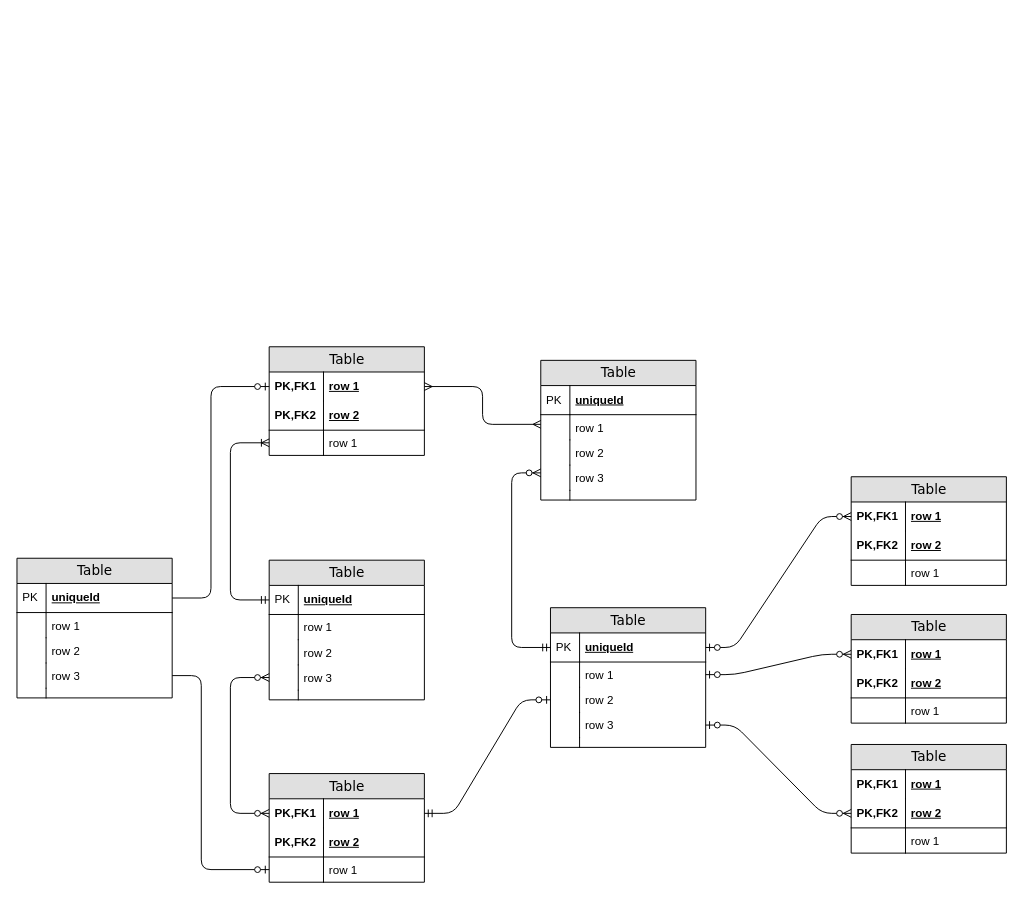
Before: docs/database/inventory.drawio in mancinelli/xFormz, a draw.io diagram. Source tidied: cells renumbered, new cells numbered last; positions are measured from the earlier drawing's top-left corner, leaving out a move shared by most shapes. Both pictures are drawn from the tidied source at 97%, with x=0, y=0 at pixel (16, 346).
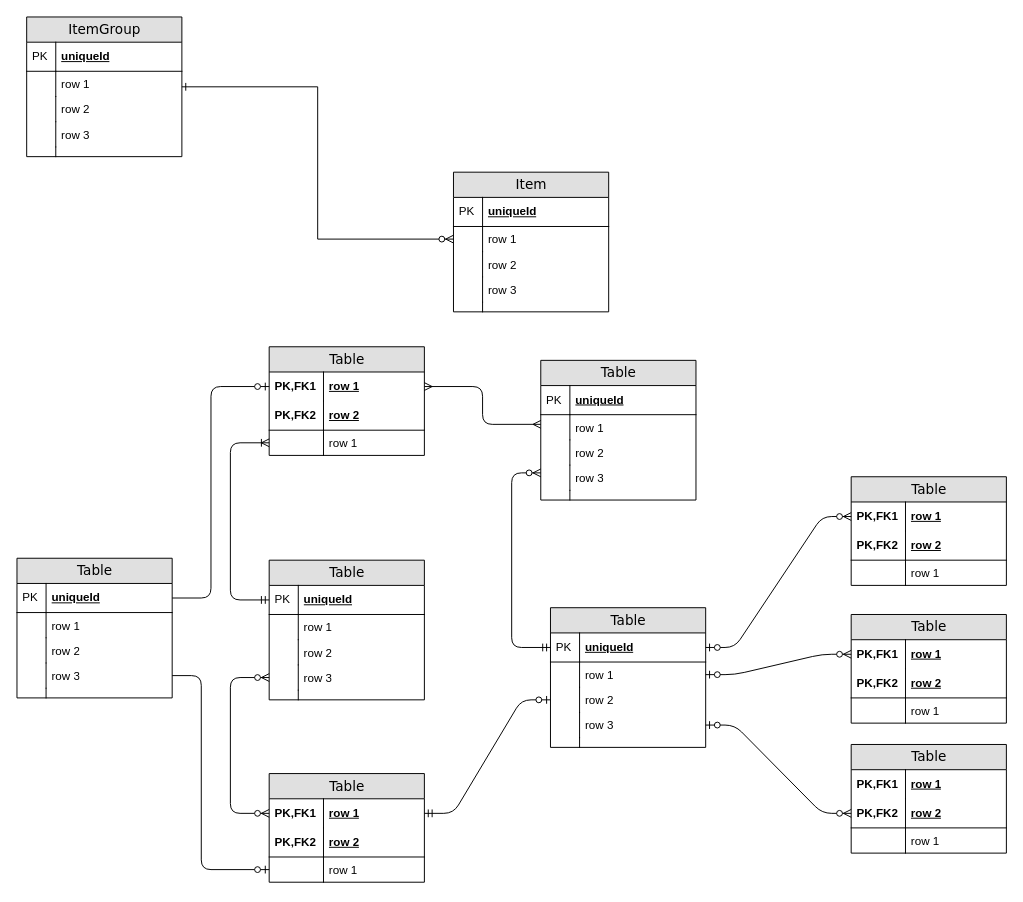
After the change.

Diff of the diagram source:
```diff
@@
+    <mxCell id="91" value="Item" style="swimlane;html=1;fontStyle=0;horizontal=1;startSize=26;fillColor=#e0e0e0;swimlaneFillColor=#ffffff;align=center;rounded=0;shadow=0;comic=0;labelBackgroundColor=none;strokeWidth=1;fontFamily=Verdana;fontSize=14;swimlaneLine=1;" parent="1" vertex="1">
+      <mxGeometry x="450" y="-180" width="160" height="144" as="geometry" />
+    </mxCell>
+    <mxCell id="92" value="uniqueId" style="shape=partialRectangle;top=0;left=0;right=0;bottom=1;html=1;align=left;verticalAlign=middle;fillColor=none;spacingLeft=34;spacingRight=4;whiteSpace=wrap;overflow=hidden;fontStyle=5;" parent="91" vertex="1">
+      <mxGeometry y="26" width="160" height="30" as="geometry" />
+    </mxCell>
+    <mxCell id="93" value="PK" style="shape=partialRectangle;top=0;left=0;bottom=0;html=1;fillColor=none;align=left;verticalAlign=middle;spacingLeft=4;spacingRight=4;whiteSpace=wrap;overflow=hidden;" parent="92" vertex="1">
+      <mxGeometry width="30" height="30" as="geometry" />
+    </mxCell>
+    <mxCell id="94" value="row 1" style="shape=partialRectangle;top=0;left=0;right=0;bottom=0;html=1;align=left;verticalAlign=top;fillColor=none;spacingLeft=34;spacingRight=4;whiteSpace=wrap;overflow=hidden;points=[[0,0.5],[1,0.5]];portConstraint=eastwest;" parent="91" vertex="1">
+      <mxGeometry y="56" width="160" height="26" as="geometry" />
+    </mxCell>
+    <mxCell id="95" style="shape=partialRectangle;top=0;left=0;bottom=0;html=1;fillColor=none;align=left;verticalAlign=top;spacingLeft=4;spacingRight=4;whiteSpace=wrap;overflow=hidden;" parent="94" vertex="1">
+      <mxGeometry width="30" height="26" as="geometry" />
+    </mxCell>
+    <mxCell id="96" value="row 2" style="shape=partialRectangle;top=0;left=0;right=0;bottom=0;html=1;align=left;verticalAlign=top;fillColor=none;spacingLeft=34;spacingRight=4;whiteSpace=wrap;overflow=hidden;" parent="91" vertex="1">
+      <mxGeometry y="82" width="160" height="26" as="geometry" />
+    </mxCell>
+    <mxCell id="97" style="shape=partialRectangle;top=0;left=0;bottom=0;html=1;fillColor=none;align=left;verticalAlign=top;spacingLeft=4;spacingRight=4;whiteSpace=wrap;overflow=hidden;" parent="96" vertex="1">
+      <mxGeometry width="30" height="26" as="geometry" />
+    </mxCell>
+    <mxCell id="98" value="row 3" style="shape=partialRectangle;top=0;left=0;right=0;bottom=0;html=1;align=left;verticalAlign=top;fillColor=none;spacingLeft=34;spacingRight=4;whiteSpace=wrap;overflow=hidden;" parent="91" vertex="1">
+      <mxGeometry y="108" width="160" height="26" as="geometry" />
+    </mxCell>
+    <mxCell id="99" style="shape=partialRectangle;top=0;left=0;bottom=0;html=1;fillColor=none;align=left;verticalAlign=top;spacingLeft=4;spacingRight=4;whiteSpace=wrap;overflow=hidden;" parent="98" vertex="1">
+      <mxGeometry width="30" height="26" as="geometry" />
+    </mxCell>
+    <mxCell id="100" style="shape=partialRectangle;top=0;left=0;right=0;bottom=0;html=1;align=left;verticalAlign=top;fillColor=none;spacingLeft=34;spacingRight=4;whiteSpace=wrap;overflow=hidden;" parent="91" vertex="1">
+      <mxGeometry y="134" width="160" height="10" as="geometry" />
+    </mxCell>
+    <mxCell id="101" style="shape=partialRectangle;top=0;left=0;bottom=0;html=1;fillColor=none;align=left;verticalAlign=top;spacingLeft=4;spacingRight=4;whiteSpace=wrap;overflow=hidden;" parent="100" vertex="1">
+      <mxGeometry width="30" height="10" as="geometry" />
+    </mxCell>
+    <mxCell id="102" value="ItemGroup" style="swimlane;html=1;fontStyle=0;horizontal=1;startSize=26;fillColor=#e0e0e0;swimlaneFillColor=#ffffff;align=center;rounded=0;shadow=0;comic=0;labelBackgroundColor=none;strokeWidth=1;fontFamily=Verdana;fontSize=14;swimlaneLine=1;" parent="1" vertex="1">
+      <mxGeometry x="10" y="-340" width="160" height="144" as="geometry" />
+    </mxCell>
+    <mxCell id="103" value="uniqueId" style="shape=partialRectangle;top=0;left=0;right=0;bottom=1;html=1;align=left;verticalAlign=middle;fillColor=none;spacingLeft=34;spacingRight=4;whiteSpace=wrap;overflow=hidden;fontStyle=5;" parent="102" vertex="1">
+      <mxGeometry y="26" width="160" height="30" as="geometry" />
+    </mxCell>
+    <mxCell id="104" value="PK" style="shape=partialRectangle;top=0;left=0;bottom=0;html=1;fillColor=none;align=left;verticalAlign=middle;spacingLeft=4;spacingRight=4;whiteSpace=wrap;overflow=hidden;" parent="103" vertex="1">
+      <mxGeometry width="30" height="30" as="geometry" />
+    </mxCell>
+    <mxCell id="105" value="row 1" style="shape=partialRectangle;top=0;left=0;right=0;bottom=0;html=1;align=left;verticalAlign=top;fillColor=none;spacingLeft=34;spacingRight=4;whiteSpace=wrap;overflow=hidden;" parent="102" vertex="1">
+      <mxGeometry y="56" width="160" height="26" as="geometry" />
+    </mxCell>
+    <mxCell id="106" style="shape=partialRectangle;top=0;left=0;bottom=0;html=1;fillColor=none;align=left;verticalAlign=top;spacingLeft=4;spacingRight=4;whiteSpace=wrap;overflow=hidden;" parent="105" vertex="1">
+      <mxGeometry width="30" height="26" as="geometry" />
+    </mxCell>
+    <mxCell id="107" value="row 2" style="shape=partialRectangle;top=0;left=0;right=0;bottom=0;html=1;align=left;verticalAlign=top;fillColor=none;spacingLeft=34;spacingRight=4;whiteSpace=wrap;overflow=hidden;" parent="102" vertex="1">
+      <mxGeometry y="82" width="160" height="26" as="geometry" />
+    </mxCell>
+    <mxCell id="108" style="shape=partialRectangle;top=0;left=0;bottom=0;html=1;fillColor=none;align=left;verticalAlign=top;spacingLeft=4;spacingRight=4;whiteSpace=wrap;overflow=hidden;" parent="107" vertex="1">
+      <mxGeometry width="30" height="26" as="geometry" />
+    </mxCell>
+    <mxCell id="109" value="row 3" style="shape=partialRectangle;top=0;left=0;right=0;bottom=0;html=1;align=left;verticalAlign=top;fillColor=none;spacingLeft=34;spacingRight=4;whiteSpace=wrap;overflow=hidden;" parent="102" vertex="1">
+      <mxGeometry y="108" width="160" height="26" as="geometry" />
+    </mxCell>
+    <mxCell id="110" style="shape=partialRectangle;top=0;left=0;bottom=0;html=1;fillColor=none;align=left;verticalAlign=top;spacingLeft=4;spacingRight=4;whiteSpace=wrap;overflow=hidden;" parent="109" vertex="1">
+      <mxGeometry width="30" height="26" as="geometry" />
+    </mxCell>
+    <mxCell id="111" style="shape=partialRectangle;top=0;left=0;right=0;bottom=0;html=1;align=left;verticalAlign=top;fillColor=none;spacingLeft=34;spacingRight=4;whiteSpace=wrap;overflow=hidden;" parent="102" vertex="1">
+      <mxGeometry y="134" width="160" height="10" as="geometry" />
+    </mxCell>
+    <mxCell id="112" style="shape=partialRectangle;top=0;left=0;bottom=0;html=1;fillColor=none;align=left;verticalAlign=top;spacingLeft=4;spacingRight=4;whiteSpace=wrap;overflow=hidden;" parent="111" vertex="1">
+      <mxGeometry width="30" height="10" as="geometry" />
+    </mxCell>
+    <mxCell id="113" style="rounded=0;jettySize=auto;html=1;endArrow=ERone;endFill=0;startArrow=ERzeroToMany;startFill=1;edgeStyle=elbowEdgeStyle;" parent="1" edge="1" source="94" target="102">
+      <mxGeometry relative="1" as="geometry" />
+    </mxCell>
```
